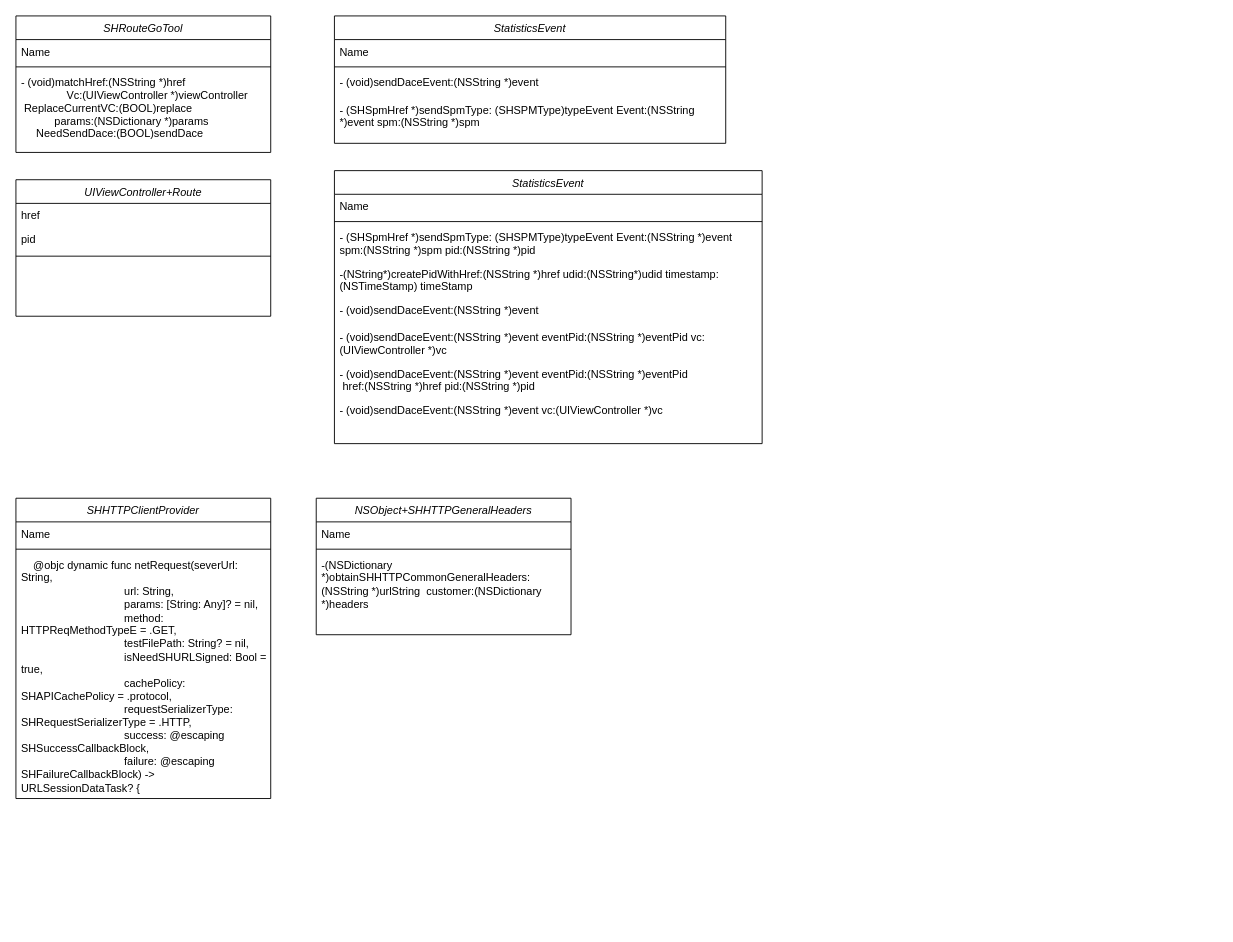
Before: Untitled Diagram.drawio in aiquantong/aiquantong.github.io, a draw.io diagram. Source tidied: cells renumbered, new cells numbered last; positions are measured from the earlier drawing's top-left corner, leaving out a move shared by most shapes. Both pictures are drawn from the tidied source at 91%, with x=0, y=0 at pixel (15, 15).
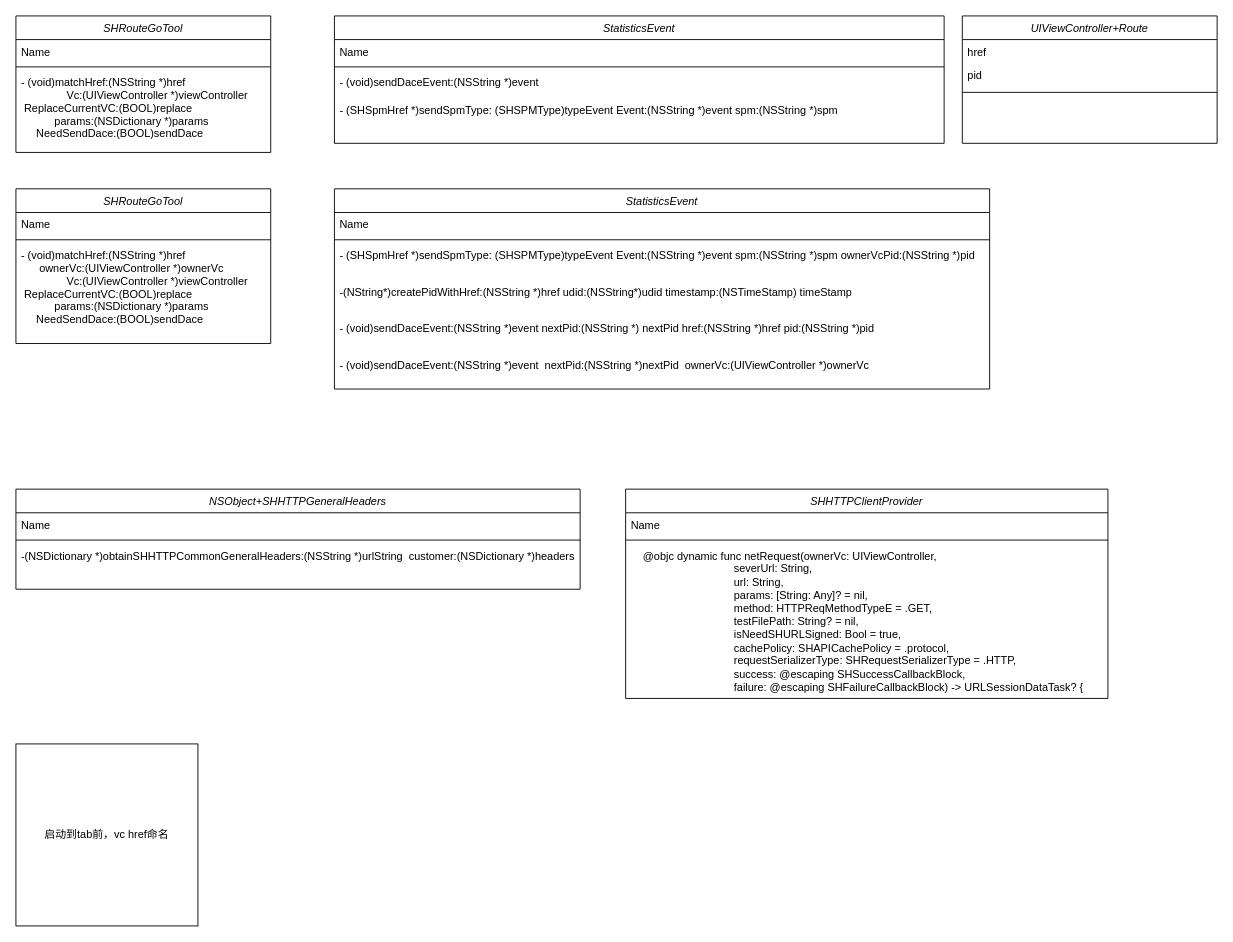
The same page after the edit.

Change to the diagram source:
```diff
@@
     <mxCell id="6" value="StatisticsEvent" style="swimlane;fontStyle=2;align=center;verticalAlign=top;horizontal=1;startSize=26;rounded=0;shadow=0;strokeWidth=1;" parent="1" vertex="1">
-      <mxGeometry x="350" width="430" height="140" as="geometry" />
+      <mxGeometry x="350" width="670" height="140" as="geometry" />
     </mxCell>
     <mxCell id="7" value="Name" style="text;align=left;verticalAlign=top;spacingLeft=4;spacingRight=4;overflow=hidden;" parent="6" vertex="1">
-      <mxGeometry y="26" width="430" height="26" as="geometry" />
+      <mxGeometry y="26" width="670" height="26" as="geometry" />
     </mxCell>
     <mxCell id="8" style="line;html=1;strokeWidth=1;align=left;verticalAlign=middle;spacingTop=-1;spacingLeft=3;spacingRight=3;labelPosition=right;" parent="6" vertex="1">
-      <mxGeometry y="52" width="430" height="8" as="geometry" />
+      <mxGeometry y="52" width="670" height="8" as="geometry" />
     </mxCell>
     <mxCell id="9" value="- (void)sendDaceEvent:(NSString *)event" style="text;align=left;verticalAlign=top;spacingLeft=4;spacingRight=4;overflow=hidden;" parent="6" vertex="1">
-      <mxGeometry y="60" width="430" height="30" as="geometry" />
+      <mxGeometry y="60" width="670" height="30" as="geometry" />
     </mxCell>
     <mxCell id="10" value="- (SHSpmHref *)sendSpmType: (SHSPMType)typeEvent Event:(NSString *)event spm:(NSString *)spm" style="text;align=left;verticalAlign=top;spacingLeft=4;spacingRight=4;overflow=hidden;whiteSpace=wrap;" parent="6" vertex="1">
-      <mxGeometry y="90" width="430" height="40" as="geometry" />
+      <mxGeometry y="90" width="670" height="40" as="geometry" />
     </mxCell>
-    <mxCell id="11" value="UIViewController+Route" style="swimlane;fontStyle=2;align=center;verticalAlign=top;horizontal=1;startSize=26;rounded=0;shadow=0;strokeWidth=1;" parent="1" vertex="1">
-      <mxGeometry y="180" width="280" height="150" as="geometry" />
-    </mxCell>
-    <mxCell id="12" value="href&#10;" style="text;align=left;verticalAlign=top;spacingLeft=4;spacingRight=4;overflow=hidden;" parent="11" vertex="1">
-      <mxGeometry y="26" width="280" height="26" as="geometry" />
-    </mxCell>
-    <mxCell id="13" value="pid" style="text;align=left;verticalAlign=top;spacingLeft=4;spacingRight=4;overflow=hidden;" parent="11" vertex="1">
-      <mxGeometry y="52" width="280" height="26" as="geometry" />
-    </mxCell>
-    <mxCell id="14" style="line;html=1;strokeWidth=1;align=left;verticalAlign=middle;spacingTop=-1;spacingLeft=3;spacingRight=3;labelPosition=right;" parent="11" vertex="1">
-      <mxGeometry y="78" width="280" height="12" as="geometry" />
-    </mxCell>
-    <mxCell id="15" value="SHHTTPClientProvider" style="swimlane;fontStyle=2;align=center;verticalAlign=top;horizontal=1;startSize=26;rounded=0;shadow=0;strokeWidth=1;" parent="1" vertex="1">
-      <mxGeometry y="530" width="280" height="330" as="geometry" />
-    </mxCell>
-    <mxCell id="16" value="Name" style="text;align=left;verticalAlign=top;spacingLeft=4;spacingRight=4;overflow=hidden;" parent="15" vertex="1">
-      <mxGeometry y="26" width="280" height="26" as="geometry" />
-    </mxCell>
-    <mxCell id="17" style="line;html=1;strokeWidth=1;align=left;verticalAlign=middle;spacingTop=-1;spacingLeft=3;spacingRight=3;labelPosition=right;" parent="15" vertex="1">
-      <mxGeometry y="52" width="280" height="8" as="geometry" />
-    </mxCell>
-    <mxCell id="18" value="    @objc dynamic func netRequest(severUrl: String,&#10;                                  url: String,&#10;                                  params: [String: Any]? = nil,&#10;                                  method: HTTPReqMethodTypeE = .GET,&#10;                                  testFilePath: String? = nil,&#10;                                  isNeedSHURLSigned: Bool = true,&#10;                                  cachePolicy: SHAPICachePolicy = .protocol,&#10;                                  requestSerializerType: SHRequestSerializerType = .HTTP,&#10;                                  success: @escaping SHSuccessCallbackBlock,&#10;                                  failure: @escaping SHFailureCallbackBlock) -&gt; URLSessionDataTask? {" style="text;align=left;verticalAlign=top;spacingLeft=4;spacingRight=4;overflow=hidden;whiteSpace=wrap;" parent="15" vertex="1">
-      <mxGeometry y="60" width="280" height="270" as="geometry" />
-    </mxCell>
     <mxCell id="19" value="StatisticsEvent" style="swimlane;fontStyle=2;align=center;verticalAlign=top;horizontal=1;startSize=26;rounded=0;shadow=0;strokeWidth=1;" parent="1" vertex="1">
-      <mxGeometry x="350" y="170" width="470" height="300" as="geometry" />
+      <mxGeometry x="350" y="190" width="720" height="220" as="geometry" />
     </mxCell>
     <mxCell id="20" value="Name" style="text;align=left;verticalAlign=top;spacingLeft=4;spacingRight=4;overflow=hidden;" parent="19" vertex="1">
-      <mxGeometry y="26" width="470" height="26" as="geometry" />
+      <mxGeometry y="26" width="720" height="26" as="geometry" />
     </mxCell>
     <mxCell id="21" style="line;html=1;strokeWidth=1;align=left;verticalAlign=middle;spacingTop=-1;spacingLeft=3;spacingRight=3;labelPosition=right;" parent="19" vertex="1">
-      <mxGeometry y="52" width="470" height="8" as="geometry" />
+      <mxGeometry y="52" width="720" height="8" as="geometry" />
     </mxCell>
-    <mxCell id="22" value="- (SHSpmHref *)sendSpmType: (SHSPMType)typeEvent Event:(NSString *)event spm:(NSString *)spm pid:(NSString *)pid" style="text;align=left;verticalAlign=top;spacingLeft=4;spacingRight=4;overflow=hidden;whiteSpace=wrap;" parent="19" vertex="1">
-      <mxGeometry y="60" width="470" height="40" as="geometry" />
+    <mxCell id="22" value="- (SHSpmHref *)sendSpmType: (SHSPMType)typeEvent Event:(NSString *)event spm:(NSString *)spm ownerVcPid:(NSString *)pid" style="text;align=left;verticalAlign=top;spacingLeft=4;spacingRight=4;overflow=hidden;whiteSpace=wrap;" parent="19" vertex="1">
+      <mxGeometry y="60" width="720" height="40" as="geometry" />
     </mxCell>
     <mxCell id="23" value="-(NString*)createPidWithHref:(NSString *)href udid:(NSString*)udid timestamp:(NSTimeStamp) timeStamp" style="text;align=left;verticalAlign=top;spacingLeft=4;spacingRight=4;overflow=hidden;whiteSpace=wrap;" parent="19" vertex="1">
-      <mxGeometry y="100" width="470" height="40" as="geometry" />
+      <mxGeometry y="100" width="720" height="40" as="geometry" />
     </mxCell>
-    <mxCell id="24" value="- (void)sendDaceEvent:(NSString *)event" style="text;align=left;verticalAlign=top;spacingLeft=4;spacingRight=4;overflow=hidden;" parent="19" vertex="1">
-      <mxGeometry y="140" width="470" height="30" as="geometry" />
-    </mxCell>
-    <mxCell id="25" value="- (void)sendDaceEvent:(NSString *)event eventPid:(NSString *)eventPid vc:(UIViewController *)vc " style="text;align=left;verticalAlign=top;spacingLeft=4;spacingRight=4;overflow=hidden;whiteSpace=wrap;" parent="19" vertex="1">
-      <mxGeometry y="170" width="470" height="40" as="geometry" />
-    </mxCell>
-    <mxCell id="26" value="- (void)sendDaceEvent:(NSString *)event eventPid:(NSString *)eventPid&#10; href:(NSString *)href pid:(NSString *)pid" style="text;align=left;verticalAlign=top;spacingLeft=4;spacingRight=4;overflow=hidden;whiteSpace=wrap;" parent="19" vertex="1">
-      <mxGeometry y="210" width="470" height="40" as="geometry" />
+    <mxCell id="26" value="- (void)sendDaceEvent:(NSString *)event nextPid:(NSString *) nextPid href:(NSString *)href pid:(NSString *)pid" style="text;align=left;verticalAlign=top;spacingLeft=4;spacingRight=4;overflow=hidden;" parent="19" vertex="1">
+      <mxGeometry y="140" width="720" height="40" as="geometry" />
     </mxCell>
-    <mxCell id="27" value="- (void)sendDaceEvent:(NSString *)event vc:(UIViewController *)vc " style="text;align=left;verticalAlign=top;spacingLeft=4;spacingRight=4;overflow=hidden;whiteSpace=wrap;" parent="19" vertex="1">
-      <mxGeometry y="250" width="470" height="40" as="geometry" />
+    <mxCell id="27" value="- (void)sendDaceEvent:(NSString *)event  nextPid:(NSString *)nextPid  ownerVc:(UIViewController *)ownerVc&#10; " style="text;align=left;verticalAlign=top;spacingLeft=4;spacingRight=4;overflow=hidden;whiteSpace=wrap;" parent="19" vertex="1">
+      <mxGeometry y="180" width="720" height="40" as="geometry" />
     </mxCell>
+    <mxCell id="32" value="SHRouteGoTool" style="swimlane;fontStyle=2;align=center;verticalAlign=top;horizontal=1;startSize=26;rounded=0;shadow=0;strokeWidth=1;" parent="1" vertex="1">
+      <mxGeometry y="190" width="280" height="170" as="geometry" />
+    </mxCell>
+    <mxCell id="33" value="Name" style="text;align=left;verticalAlign=top;spacingLeft=4;spacingRight=4;overflow=hidden;" parent="32" vertex="1">
+      <mxGeometry y="26" width="280" height="26" as="geometry" />
+    </mxCell>
+    <mxCell id="34" style="line;html=1;strokeWidth=1;align=left;verticalAlign=middle;spacingTop=-1;spacingLeft=3;spacingRight=3;labelPosition=right;" parent="32" vertex="1">
+      <mxGeometry y="52" width="280" height="8" as="geometry" />
+    </mxCell>
+    <mxCell id="35" value="- (void)matchHref:(NSString *)href&#10;      ownerVc:(UIViewController *)ownerVc&#10;               Vc:(UIViewController *)viewController&#10; ReplaceCurrentVC:(BOOL)replace&#10;           params:(NSDictionary *)params&#10;     NeedSendDace:(BOOL)sendDace" style="text;align=left;verticalAlign=top;spacingLeft=4;spacingRight=4;overflow=hidden;" parent="32" vertex="1">
+      <mxGeometry y="60" width="280" height="110" as="geometry" />
+    </mxCell>
+    <mxCell id="11" value="UIViewController+Route" style="swimlane;fontStyle=2;align=center;verticalAlign=top;horizontal=1;startSize=26;rounded=0;shadow=0;strokeWidth=1;" parent="1" vertex="1">
+      <mxGeometry x="1040" width="280" height="140" as="geometry" />
+    </mxCell>
+    <mxCell id="12" value="href&#10;" style="text;align=left;verticalAlign=top;spacingLeft=4;spacingRight=4;overflow=hidden;" parent="11" vertex="1">
+      <mxGeometry y="26" width="280" height="26" as="geometry" />
+    </mxCell>
+    <mxCell id="13" value="pid" style="text;align=left;verticalAlign=top;spacingLeft=4;spacingRight=4;overflow=hidden;" parent="11" vertex="1">
+      <mxGeometry y="52" width="280" height="26" as="geometry" />
+    </mxCell>
+    <mxCell id="14" style="line;html=1;strokeWidth=1;align=left;verticalAlign=middle;spacingTop=-1;spacingLeft=3;spacingRight=3;labelPosition=right;" parent="11" vertex="1">
+      <mxGeometry y="78" width="280" height="12" as="geometry" />
+    </mxCell>
     <mxCell id="28" value="NSObject+SHHTTPGeneralHeaders" style="swimlane;fontStyle=2;align=center;verticalAlign=top;horizontal=1;startSize=26;rounded=0;shadow=0;strokeWidth=1;" parent="1" vertex="1">
-      <mxGeometry x="330" y="530" width="280" height="150" as="geometry" />
+      <mxGeometry y="520" width="620" height="110" as="geometry" />
     </mxCell>
     <mxCell id="29" value="Name" style="text;align=left;verticalAlign=top;spacingLeft=4;spacingRight=4;overflow=hidden;" parent="28" vertex="1">
-      <mxGeometry y="26" width="280" height="26" as="geometry" />
+      <mxGeometry y="26" width="620" height="26" as="geometry" />
     </mxCell>
     <mxCell id="30" style="line;html=1;strokeWidth=1;align=left;verticalAlign=middle;spacingTop=-1;spacingLeft=3;spacingRight=3;labelPosition=right;" parent="28" vertex="1">
-      <mxGeometry y="52" width="280" height="8" as="geometry" />
+      <mxGeometry y="52" width="620" height="8" as="geometry" />
     </mxCell>
     <mxCell id="31" value="-(NSDictionary *)obtainSHHTTPCommonGeneralHeaders:(NSString *)urlString  customer:(NSDictionary *)headers&#10;" style="text;align=left;verticalAlign=top;spacingLeft=4;spacingRight=4;overflow=hidden;whiteSpace=wrap;" parent="28" vertex="1">
-      <mxGeometry y="60" width="280" height="90" as="geometry" />
+      <mxGeometry y="60" width="620" height="50" as="geometry" />
     </mxCell>
+    <mxCell id="15" value="SHHTTPClientProvider" style="swimlane;fontStyle=2;align=center;verticalAlign=top;horizontal=1;startSize=26;rounded=0;shadow=0;strokeWidth=1;" parent="1" vertex="1">
+      <mxGeometry x="670" y="520" width="530" height="230" as="geometry" />
+    </mxCell>
+    <mxCell id="16" value="Name" style="text;align=left;verticalAlign=top;spacingLeft=4;spacingRight=4;overflow=hidden;" parent="15" vertex="1">
+      <mxGeometry y="26" width="530" height="26" as="geometry" />
+    </mxCell>
+    <mxCell id="17" style="line;html=1;strokeWidth=1;align=left;verticalAlign=middle;spacingTop=-1;spacingLeft=3;spacingRight=3;labelPosition=right;" parent="15" vertex="1">
+      <mxGeometry y="52" width="530" height="8" as="geometry" />
+    </mxCell>
+    <mxCell id="18" value="    @objc dynamic func netRequest(ownerVc: UIViewController,&#10;                                  severUrl: String,&#10;                                  url: String,&#10;                                  params: [String: Any]? = nil,&#10;                                  method: HTTPReqMethodTypeE = .GET,&#10;                                  testFilePath: String? = nil,&#10;                                  isNeedSHURLSigned: Bool = true,&#10;                                  cachePolicy: SHAPICachePolicy = .protocol,&#10;                                  requestSerializerType: SHRequestSerializerType = .HTTP,&#10;                                  success: @escaping SHSuccessCallbackBlock,&#10;                                  failure: @escaping SHFailureCallbackBlock) -&gt; URLSessionDataTask? {" style="text;align=left;verticalAlign=top;spacingLeft=4;spacingRight=4;overflow=hidden;whiteSpace=wrap;" parent="15" vertex="1">
+      <mxGeometry y="60" width="530" height="170" as="geometry" />
+    </mxCell>
+    <mxCell id="36" value="启动到tab前，vc href命名" style="whiteSpace=wrap;html=1;" parent="1" vertex="1">
+      <mxGeometry y="800" width="200" height="200" as="geometry" />
+    </mxCell>
```
